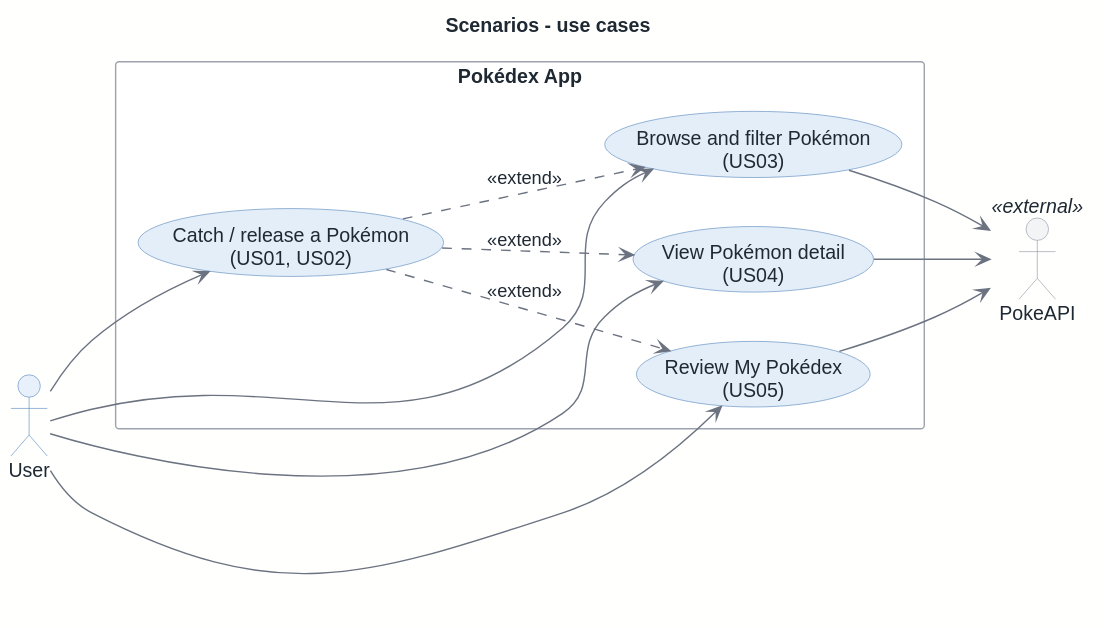
Above: docs/architecture/out/scenarios-use-cases.svg in rodrigo4sousa/Pokedex (PlantUML), before the change.
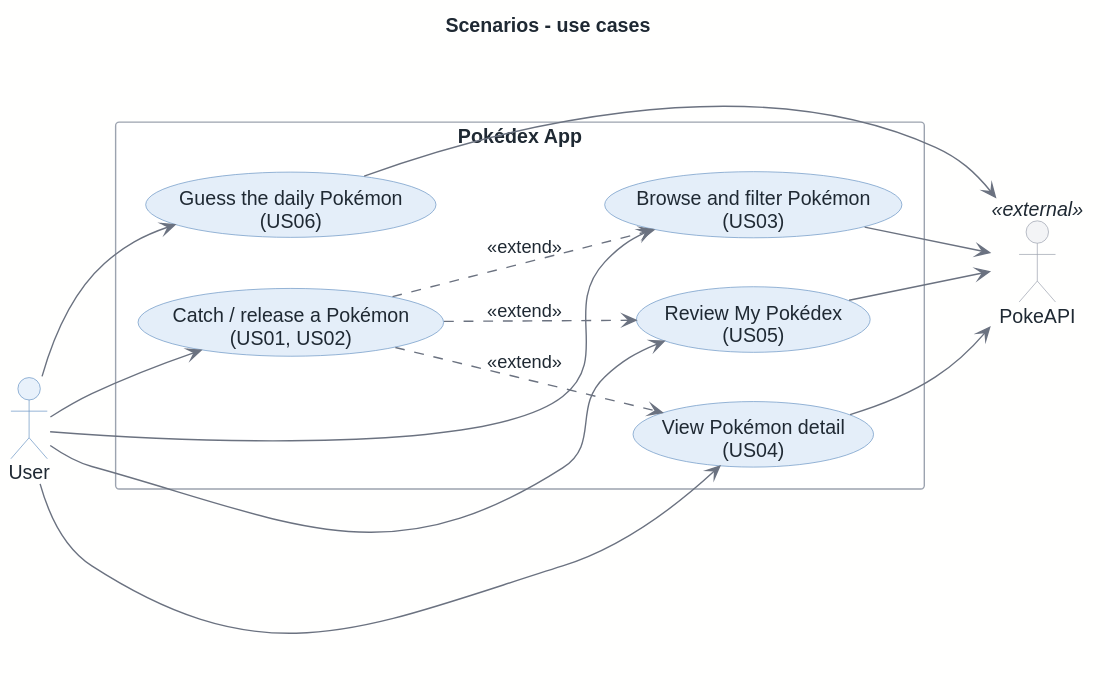
The same diagram one commit later.

What changed in the source:
```diff
@@ -12,12 +12,14 @@
     usecase "View Pokémon detail\n(US04)" as detail
     usecase "Review My Pokédex\n(US05)" as myDex
     usecase "Catch / release a Pokémon\n(US01, US02)" as catch
+    usecase "Guess the daily Pokémon\n(US06)" as guess
 }
 
 User --> browse
 User --> detail
 User --> myDex
 User --> catch
+User --> guess
 
 catch ..> browse : <<extend>>
 catch ..> detail : <<extend>>
@@ -26,4 +28,5 @@
 browse --> PokeAPI
 detail --> PokeAPI
 myDex --> PokeAPI
+guess --> PokeAPI
 @enduml
```
